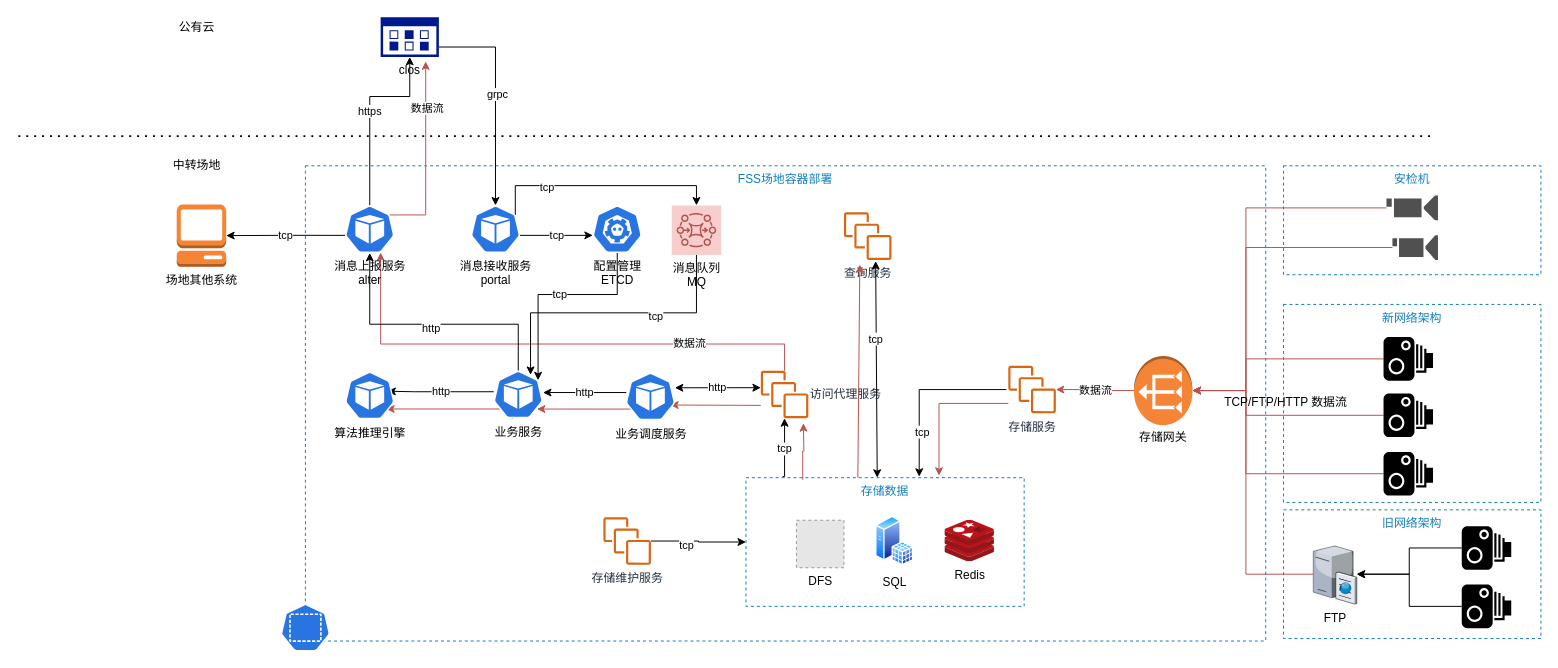
Earlier version of the draw.io diagram 标准架构.drawio (xwkeke/MyGit). Source tidied: cells renumbered, new cells numbered last; positions are measured from the earlier drawing's top-left corner, leaving out a move shared by most shapes. Both pictures are drawn from the tidied source at 99%, with x=0, y=0 at pixel (18, 17). Pictures stored in the file or linked from it are replaced by grey dashed boxes.
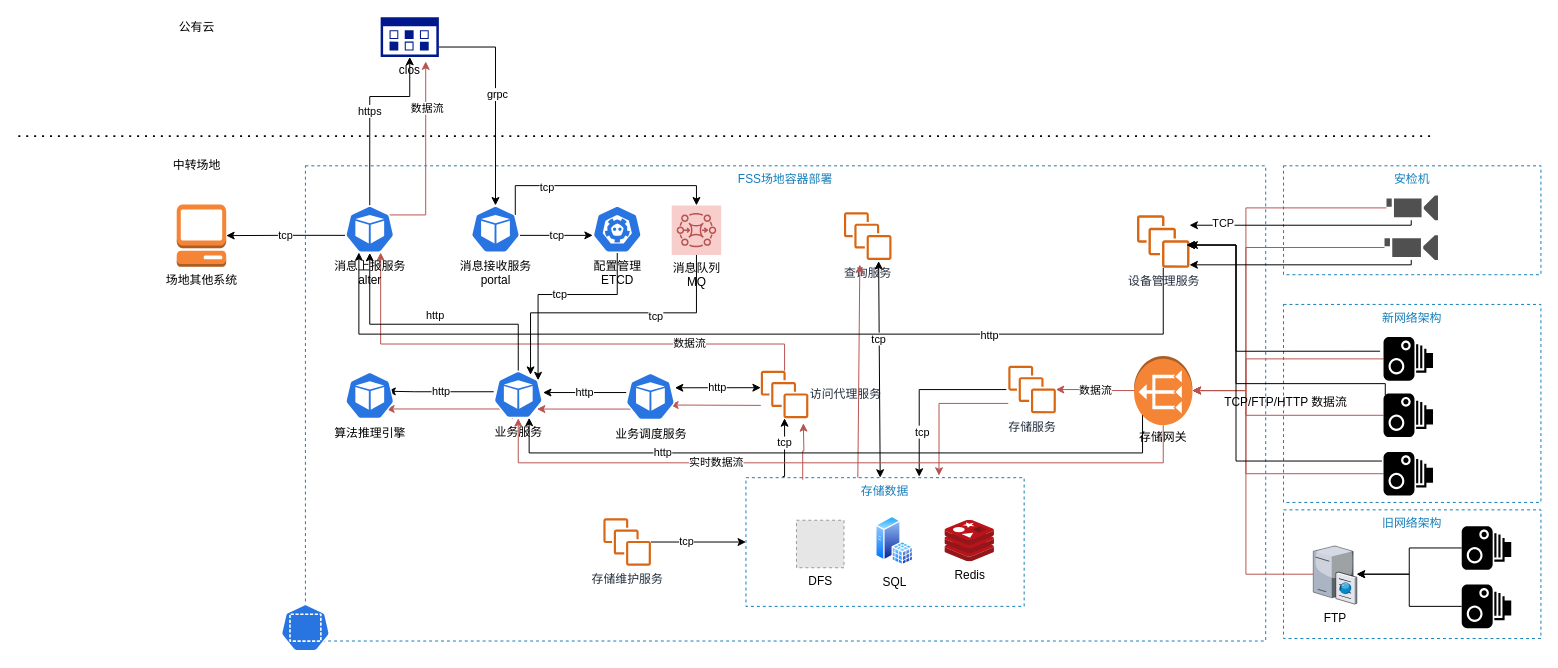
After the change.

The change refers to these unchanged cells:
```xml
<mxCell id="3" value="存储数据" style="fillColor=none;strokeColor=#147EBA;dashed=1;verticalAlign=top;fontStyle=0;fontColor=#147EBA;" parent="1" vertex="1">
  <mxGeometry x="735" y="465" width="281" height="130" as="geometry" />
</mxCell>
<mxCell id="22" style="shape=mxgraph.signs.tech.camera_1;html=1;fillColor=#000000;strokeColor=none;verticalLabelPosition=bottom;verticalAlign=top;align=center;" parent="1" vertex="1">
  <mxGeometry x="1379" y="380" width="50" height="44" as="geometry" />
</mxCell>
<mxCell id="24" style="shape=mxgraph.signs.tech.camera_1;html=1;fillColor=#000000;strokeColor=none;verticalLabelPosition=bottom;verticalAlign=top;align=center;" parent="1" vertex="1">
  <mxGeometry x="1379" y="439" width="50" height="44" as="geometry" />
</mxCell>
<mxCell id="26" style="shape=mxgraph.signs.tech.camera_1;html=1;fillColor=#000000;strokeColor=none;verticalLabelPosition=bottom;verticalAlign=top;align=center;" parent="1" vertex="1">
  <mxGeometry x="1379" y="323" width="50" height="44" as="geometry" />
</mxCell>
<mxCell id="36" style="outlineConnect=0;dashed=0;verticalLabelPosition=top;verticalAlign=bottom;align=center;html=1;shape=mxgraph.aws3.vpc_nat_gateway;fillColor=#F58536;gradientColor=none;strokeColor=#6C8EBF;rotation=-180;labelPosition=center;" parent="35" vertex="1">
  <mxGeometry x="1" width="59" height="70" as="geometry" />
</mxCell>
<mxCell id="41" value="访问代理服务" style="outlineConnect=0;fontColor=#232F3E;gradientColor=none;fillColor=#D86613;strokeColor=none;dashed=0;verticalLabelPosition=middle;verticalAlign=middle;align=left;html=1;fontSize=12;fontStyle=0;shape=mxgraph.aws4.instances;labelPosition=right;" parent="1" vertex="1">
  <mxGeometry x="750" y="357" width="48" height="48" as="geometry" />
</mxCell>
<mxCell id="54" style="edgeStyle=orthogonalEdgeStyle;rounded=0;jettySize=auto;html=1;" parent="1" edge="1" source="57" target="70">
  <mxGeometry x="-70" y="-890" as="geometry">
    <Array as="points">
      <mxPoint x="505" y="310" />
      <mxPoint x="355" y="310" />
    </Array>
  </mxGeometry>
</mxCell>
<mxCell id="57" value="业务服务" style="html=1;dashed=0;whitespace=wrap;fillColor=#2875E2;strokeColor=#ffffff;points=[[0.005,0.63,0],[0.1,0.2,0],[0.9,0.2,0],[0.5,0,0],[0.995,0.63,0],[0.72,0.99,0],[0.5,1,0],[0.28,0.99,0]];shape=mxgraph.kubernetes.icon;prIcon=pod;labelPosition=center;verticalLabelPosition=bottom;align=center;verticalAlign=top;" parent="1" vertex="1">
  <mxGeometry x="480" y="357" width="50" height="48" as="geometry" />
</mxCell>
<mxCell id="62" style="edgeStyle=orthogonalEdgeStyle;rounded=0;jettySize=auto;html=1;entryX=0;entryY=0.5;entryDx=0;entryDy=0;" parent="1" edge="1" source="64" target="3">
  <mxGeometry x="-70" y="-878" as="geometry" />
</mxCell>
<mxCell id="70" value="消息上报服务&lt;br&gt;alter" style="html=1;dashed=0;whitespace=wrap;fillColor=#2875E2;strokeColor=#ffffff;points=[[0.005,0.63,0],[0.1,0.2,0],[0.9,0.2,0],[0.5,0,0],[0.995,0.63,0],[0.72,0.99,0],[0.5,1,0],[0.28,0.99,0]];shape=mxgraph.kubernetes.icon;prIcon=pod;labelPosition=center;verticalLabelPosition=bottom;align=center;verticalAlign=top;" parent="1" vertex="1">
  <mxGeometry x="330" y="190" width="50" height="48" as="geometry" />
</mxCell>
```

The edit, as a diff of the source:
```diff
@@
+    <mxCell id="4" value="安检机" style="fillColor=none;strokeColor=#147EBA;dashed=1;verticalAlign=top;fontStyle=0;fontColor=#147EBA;" parent="1" vertex="1">
+      <mxGeometry x="1278" y="150" width="260" height="110" as="geometry" />
+    </mxCell>
@@
-    <mxCell id="4" value="安检机" style="fillColor=none;strokeColor=#147EBA;dashed=1;verticalAlign=top;fontStyle=0;fontColor=#147EBA;" parent="1" vertex="1">
-      <mxGeometry x="1278" y="150" width="260" height="110" as="geometry" />
-    </mxCell>
@@
     <mxCell id="20" style="shadow=0;dashed=0;html=1;strokeColor=none;fillColor=#505050;labelPosition=center;verticalLabelPosition=bottom;verticalAlign=top;outlineConnect=0;align=center;shape=mxgraph.office.devices.video_camera;" parent="1" vertex="1">
-      <mxGeometry x="1388" y="220" width="46" height="25" as="geometry" />
+      <mxGeometry x="1380" y="220" width="54" height="25" as="geometry" />
     </mxCell>
@@
     <mxCell id="48" value="tcp" style="edgeStyle=orthogonalEdgeStyle;rounded=0;jettySize=auto;html=1;strokeColor=#000000;exitX=0.132;exitY=-0.009;exitDx=0;exitDy=0;exitPerimeter=0;" parent="1" edge="1" source="3" target="41">
-      <mxGeometry relative="1" as="geometry">
+      <mxGeometry x="0.18" relative="1" as="geometry">
         <Array as="points">
           <mxPoint x="774" y="464" />
         </Array>
       </mxGeometry>
     </mxCell>
@@
     <mxCell id="55" value="http" style="edgeLabel;html=1;align=center;verticalAlign=middle;" parent="54" vertex="1">
-      <mxGeometry x="0.01" y="3" relative="1" as="geometry" />
+      <mxGeometry x="0.01" y="3" relative="1" as="geometry">
+        <mxPoint x="4" y="-13" as="offset" />
+      </mxGeometry>
     </mxCell>
@@
     <mxCell id="63" value="tcp" style="edgeLabel;html=1;align=center;verticalAlign=middle;" parent="62" vertex="1">
-      <mxGeometry x="-0.27" y="-4" relative="1" as="geometry" />
+      <mxGeometry x="-0.27" y="-4" relative="1" as="geometry">
+        <mxPoint y="-5" as="offset" />
+      </mxGeometry>
     </mxCell>
     <mxCell id="64" value="存储维护服务" style="outlineConnect=0;fontColor=#232F3E;gradientColor=none;fillColor=#D86613;strokeColor=none;dashed=0;verticalLabelPosition=bottom;verticalAlign=top;align=center;html=1;fontSize=12;fontStyle=0;shape=mxgraph.aws4.instances;" parent="1" vertex="1">
-      <mxGeometry x="591" y="505" width="48" height="48" as="geometry" />
+      <mxGeometry x="591" y="506" width="48" height="48" as="geometry" />
     </mxCell>
@@
     <mxCell id="75" style="endArrow=classic;startArrow=classic;html=1;strokeColor=#000000;exitX=0.444;exitY=-0.009;exitDx=0;exitDy=0;exitPerimeter=0;" parent="1" edge="1">
-      <mxGeometry x="-62.2" y="-888.8" as="geometry">
-        <mxPoint x="867.6" y="465" as="sourcePoint" />
-        <mxPoint x="866" y="246.2" as="targetPoint" />
+      <mxGeometry x="-59.2" y="-888.8" as="geometry">
+        <mxPoint x="870.6" y="465" as="sourcePoint" />
+        <mxPoint x="869" y="246.2" as="targetPoint" />
       </mxGeometry>
     </mxCell>
@@
+    <mxCell id="81" value="设备管理服务" style="outlineConnect=0;fontColor=#232F3E;gradientColor=none;fillColor=#D86613;strokeColor=none;dashed=0;verticalLabelPosition=bottom;verticalAlign=top;align=center;html=1;fontSize=12;fontStyle=0;shape=mxgraph.aws4.instances;" parent="1" vertex="1">
+      <mxGeometry x="1130" y="200" width="53" height="53" as="geometry" />
+    </mxCell>
+    <mxCell id="82" style="edgeStyle=orthogonalEdgeStyle;rounded=0;jettySize=auto;html=1;strokeColor=#b85450;fillColor=#f8cecc;exitX=0.5;exitY=0;exitDx=0;exitDy=0;exitPerimeter=0;entryX=0.5;entryY=1;entryDx=0;entryDy=0;entryPerimeter=0;" parent="1" edge="1" source="36" target="57">
+      <mxGeometry relative="1" as="geometry">
+        <Array as="points">
+          <mxPoint x="1157" y="450" />
+          <mxPoint x="505" y="450" />
+        </Array>
+      </mxGeometry>
+    </mxCell>
+    <mxCell id="83" value="实时数据流" style="edgeLabel;html=1;align=center;verticalAlign=middle;" parent="82" vertex="1">
+      <mxGeometry x="0.26" y="-3" relative="1" as="geometry">
+        <mxPoint x="-27.5" y="2" as="offset" />
+      </mxGeometry>
+    </mxCell>
+    <mxCell id="84" value="http" style="edgeStyle=orthogonalEdgeStyle;rounded=0;jettySize=auto;html=1;exitX=0.855;exitY=0.145;exitDx=0;exitDy=0;exitPerimeter=0;entryX=0.72;entryY=0.99;entryDx=0;entryDy=0;entryPerimeter=0;strokeColor=#000000;" parent="1" edge="1" source="36" target="57">
+      <mxGeometry x="0.51" relative="1" as="geometry">
+        <Array as="points">
+          <mxPoint x="1136" y="440" />
+          <mxPoint x="516" y="440" />
+        </Array>
+      </mxGeometry>
+    </mxCell>
+    <mxCell id="85" style="edgeStyle=orthogonalEdgeStyle;rounded=0;jettySize=auto;html=1;" parent="1" edge="1" source="20" target="81">
+      <mxGeometry relative="1" as="geometry">
+        <Array as="points">
+          <mxPoint x="1407" y="250" />
+        </Array>
+      </mxGeometry>
+    </mxCell>
+    <mxCell id="86" style="edgeStyle=orthogonalEdgeStyle;rounded=0;jettySize=auto;html=1;" parent="1" edge="1" target="81">
+      <mxGeometry relative="1" as="geometry">
+        <mxPoint x="1407" y="205" as="sourcePoint" />
+        <Array as="points">
+          <mxPoint x="1407" y="210" />
+        </Array>
+      </mxGeometry>
+    </mxCell>
+    <mxCell id="87" value="TCP" style="edgeLabel;html=1;align=center;verticalAlign=middle;" parent="86" vertex="1">
+      <mxGeometry x="0.71" y="-3" relative="1" as="geometry" />
+    </mxCell>
+    <mxCell id="88" style="edgeStyle=orthogonalEdgeStyle;rounded=0;jettySize=auto;html=1;exitX=-0.069;exitY=0.324;exitDx=0;exitDy=0;exitPerimeter=0;" parent="1" edge="1" source="26" target="81">
+      <mxGeometry relative="1" as="geometry">
+        <Array as="points">
+          <mxPoint x="1230" y="337" />
+          <mxPoint x="1230" y="230" />
+        </Array>
+      </mxGeometry>
+    </mxCell>
+    <mxCell id="89" style="edgeStyle=orthogonalEdgeStyle;rounded=0;jettySize=auto;html=1;exitX=0.035;exitY=0.035;exitDx=0;exitDy=0;exitPerimeter=0;" parent="1" edge="1" source="22">
+      <mxGeometry relative="1" as="geometry">
+        <mxPoint x="1180" y="230" as="targetPoint" />
+        <Array as="points">
+          <mxPoint x="1381" y="370" />
+          <mxPoint x="1230" y="370" />
+          <mxPoint x="1230" y="230" />
+        </Array>
+      </mxGeometry>
+    </mxCell>
+    <mxCell id="90" style="edgeStyle=orthogonalEdgeStyle;rounded=0;jettySize=auto;html=1;exitX=-0.033;exitY=0.209;exitDx=0;exitDy=0;exitPerimeter=0;" parent="1" edge="1" source="24">
+      <mxGeometry relative="1" as="geometry">
+        <mxPoint x="1180" y="230" as="targetPoint" />
+        <Array as="points">
+          <mxPoint x="1230" y="448" />
+          <mxPoint x="1230" y="230" />
+        </Array>
+      </mxGeometry>
+    </mxCell>
+    <mxCell id="91" style="edgeStyle=orthogonalEdgeStyle;rounded=0;jettySize=auto;html=1;entryX=0.28;entryY=0.99;entryDx=0;entryDy=0;entryPerimeter=0;" parent="1" edge="1" source="81" target="70">
+      <mxGeometry x="-60" y="-880" as="geometry">
+        <Array as="points">
+          <mxPoint x="1157" y="320" />
+          <mxPoint x="344" y="320" />
+        </Array>
+      </mxGeometry>
+    </mxCell>
+    <mxCell id="92" value="http" style="edgeLabel;html=1;align=center;verticalAlign=middle;" parent="91" vertex="1">
+      <mxGeometry x="0.01" y="3" relative="1" as="geometry">
+        <mxPoint x="242.5" y="-3" as="offset" />
+      </mxGeometry>
+    </mxCell>
```
